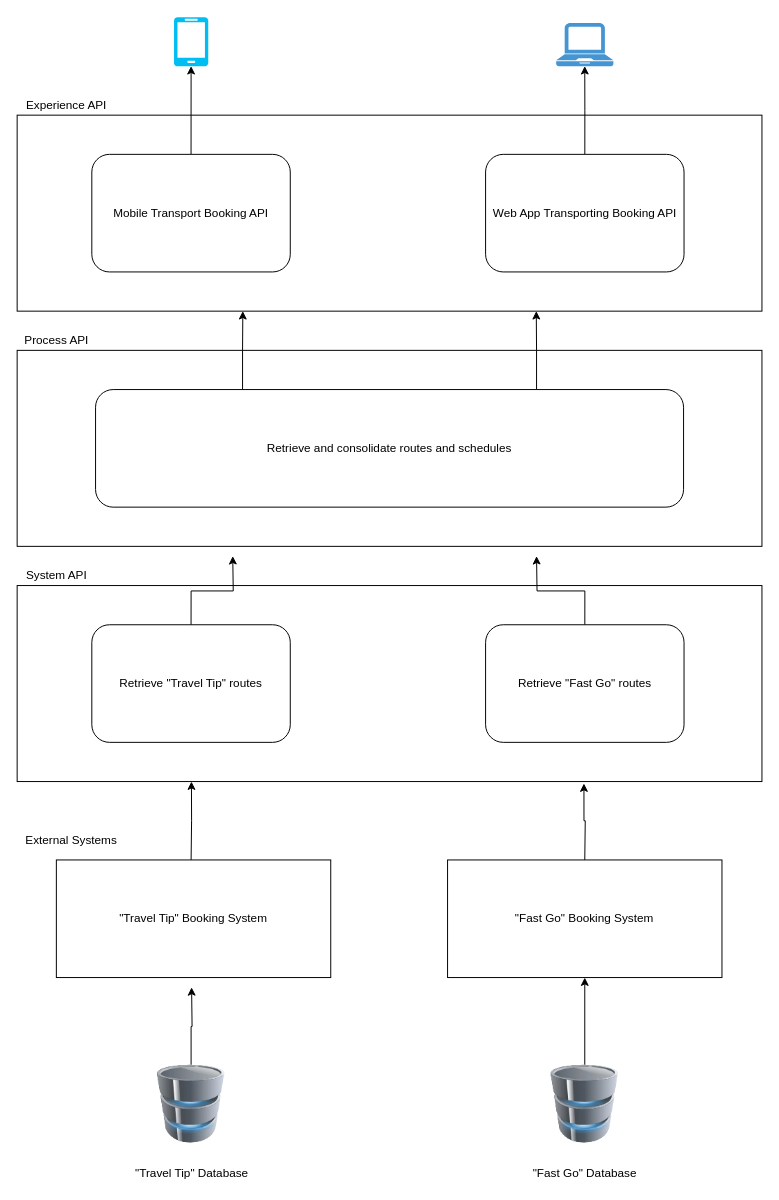
This is Untitled Diagram.drawio from busugu2018/TripEasy, a draw.io file, before an edit. Source tidied: cells renumbered, new cells numbered last; positions are measured from the earlier drawing's top-left corner, leaving out a move shared by most shapes. Both pictures are drawn from the tidied source at 98%, with x=0, y=0 at pixel (17, 17).
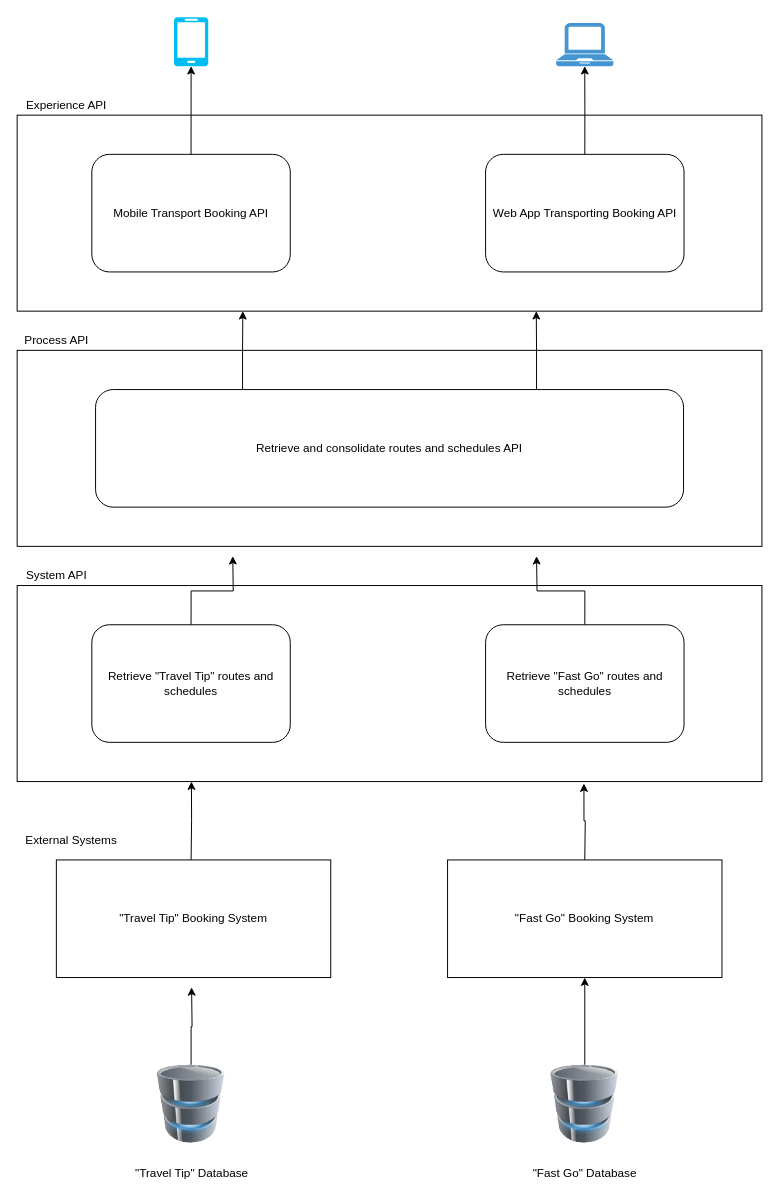
The same diagram, later.

What changed in the source:
```diff
@@
-    <mxCell id="12" value="Retrieve &quot;Fast Go&quot; routes" style="rounded=1;whiteSpace=wrap;html=1;" parent="1" vertex="1">
+    <mxCell id="12" value="Retrieve &quot;Fast Go&quot; routes and schedules" style="rounded=1;whiteSpace=wrap;html=1;" parent="1" vertex="1">
       <mxGeometry x="478" y="620" width="202.5" height="120" as="geometry" />
     </mxCell>
@@
-    <mxCell id="14" value="Retrieve &quot;Travel Tip&quot; routes" style="rounded=1;whiteSpace=wrap;html=1;" parent="1" vertex="1">
+    <mxCell id="14" value="Retrieve &quot;Travel Tip&quot; routes and schedules" style="rounded=1;whiteSpace=wrap;html=1;" parent="1" vertex="1">
       <mxGeometry x="76.2" y="620" width="202.5" height="120" as="geometry" />
     </mxCell>
@@
-    <mxCell id="17" value="Retrieve and consolidate routes and schedules" style="rounded=1;whiteSpace=wrap;html=1;" parent="1" vertex="1">
+    <mxCell id="17" value="Retrieve and consolidate routes and schedules API" style="rounded=1;whiteSpace=wrap;html=1;" parent="1" vertex="1">
       <mxGeometry x="80" y="380" width="600" height="120" as="geometry" />
     </mxCell>
```
